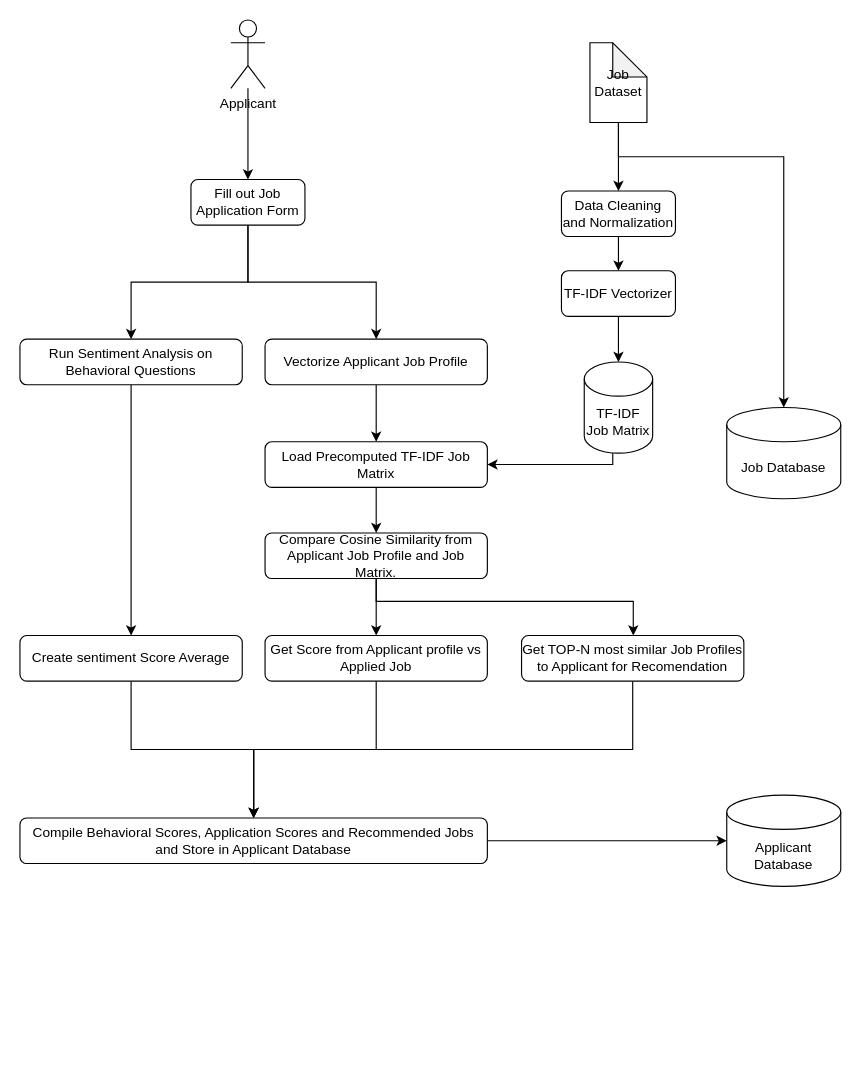
Before: page "Workflow" (2 of 3) of FinalProject/AIT-590 Architecture Diagram.drawio in fernakano/gmu-ait-590, a draw.io diagram. Source tidied: cells renumbered, new cells numbered last; positions are measured from the earlier drawing's top-left corner, leaving out a move shared by most shapes. Both pictures are drawn from the tidied source at 114%, with x=0, y=0 at pixel (19, 19).
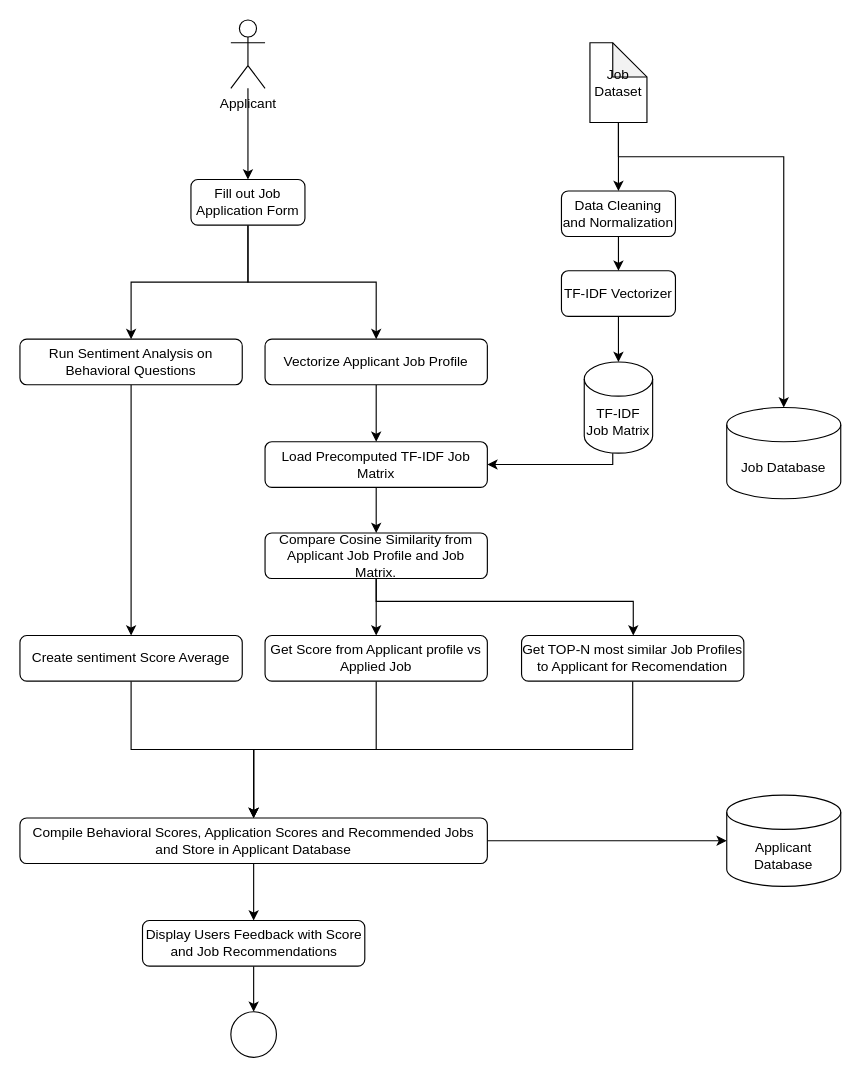
Above is the later version.

Unchanged cells that the change refers to:
```xml
<mxCell id="5" value="Compile Behavioral Scores, Application Scores and Recommended Jobs&lt;br&gt;and Store in Applicant Database" style="rounded=1;whiteSpace=wrap;html=1;" parent="1" vertex="1">
  <mxGeometry y="700" width="410" height="40" as="geometry" />
</mxCell>
```

Change to the diagram source:
```diff
@@
+    <mxCell id="35" style="edgeStyle=orthogonalEdgeStyle;rounded=0;jettySize=auto;html=1;entryX=0.5;entryY=0;entryDx=0;entryDy=0;startArrow=none;startFill=0;endArrow=classic;endFill=1;" parent="1" edge="1" source="5" target="37">
+      <mxGeometry relative="1" as="geometry" />
+    </mxCell>
@@
+    <mxCell id="36" style="edgeStyle=orthogonalEdgeStyle;rounded=0;jettySize=auto;html=1;startArrow=none;startFill=0;endArrow=classic;endFill=1;" parent="1" edge="1" source="37" target="38">
+      <mxGeometry relative="1" as="geometry" />
+    </mxCell>
+    <mxCell id="37" value="Display Users Feedback with Score and Job Recommendations" style="rounded=1;whiteSpace=wrap;html=1;" parent="1" vertex="1">
+      <mxGeometry x="107.5" y="790" width="195" height="40" as="geometry" />
+    </mxCell>
+    <mxCell id="38" style="ellipse;whiteSpace=wrap;html=1;" parent="1" vertex="1">
+      <mxGeometry x="185" y="870" width="40" height="40" as="geometry" />
+    </mxCell>
```
